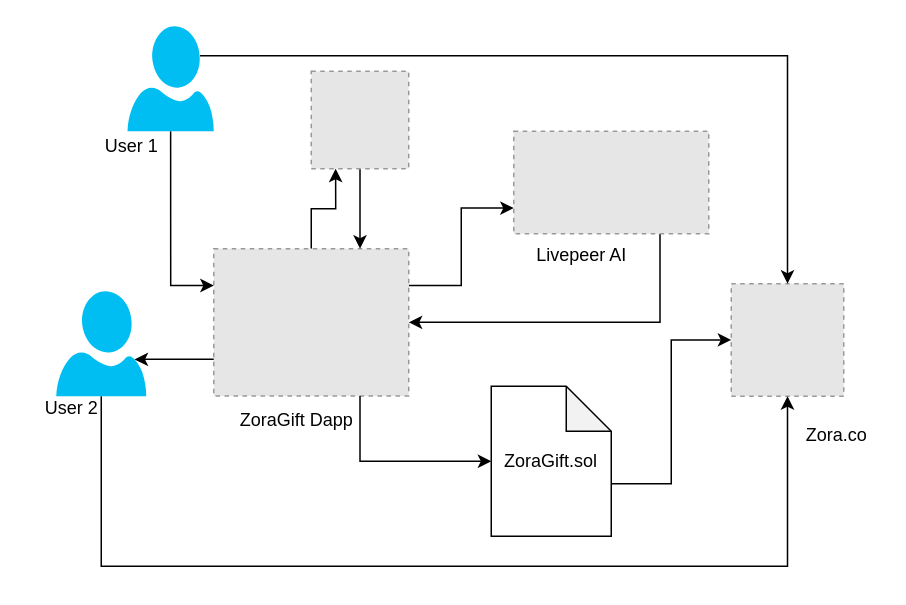
Before: ZoraGiftFlow.drawio in mujahid002/ZoraGift, a draw.io diagram. Source tidied: cells renumbered, new cells numbered last; positions are measured from the earlier drawing's top-left corner, leaving out a move shared by most shapes. Both pictures are drawn from the tidied source at 150%, with x=0, y=0 at pixel (26, 26). Pictures stored in the file or linked from it are replaced by grey dashed boxes.
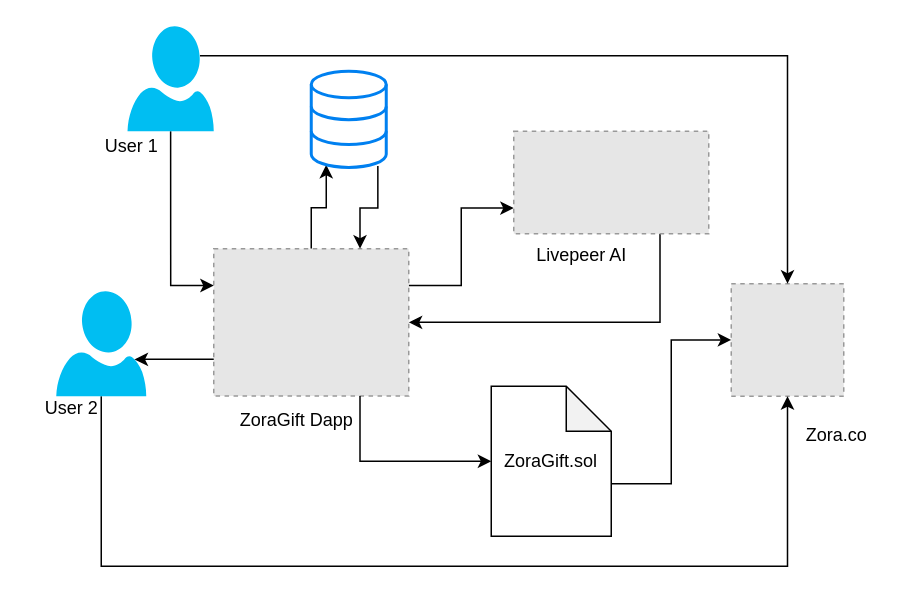
The same diagram, later.

Unchanged cells that the change refers to:
```xml
<mxCell id="4" style="fillColor=#E6E6E6;strokeColor=#999999;dashed=1;verticalLabelPosition=bottom;labelBackgroundColor=default;verticalAlign=top;" parent="1" vertex="1">
  <mxGeometry x="125" y="148.3" width="130" height="98.2" as="geometry" />
</mxCell>
```

Change to the diagram source:
```diff
@@
-    <mxCell id="3" style="edgeStyle=orthogonalEdgeStyle;rounded=0;jettySize=auto;html=1;exitX=0.5;exitY=0;exitDx=0;exitDy=0;entryX=0.25;entryY=1;entryDx=0;entryDy=0;" parent="1" edge="1" source="4" target="20">
-      <mxGeometry relative="1" as="geometry" />
+    <mxCell id="3" style="edgeStyle=orthogonalEdgeStyle;rounded=0;jettySize=auto;html=1;exitX=0.5;exitY=0;exitDx=0;exitDy=0;entryX=0.2;entryY=0.973;entryDx=0;entryDy=0;entryPerimeter=0;" parent="1" edge="1" source="4" target="24">
+      <mxGeometry relative="1" as="geometry">
+        <Array as="points">
+          <mxPoint x="190" y="121" />
+          <mxPoint x="200" y="121" />
+        </Array>
+      </mxGeometry>
     </mxCell>
@@
-    <mxCell id="19" style="edgeStyle=orthogonalEdgeStyle;rounded=0;jettySize=auto;html=1;exitX=0.5;exitY=1;exitDx=0;exitDy=0;entryX=0.75;entryY=0;entryDx=0;entryDy=0;" parent="1" edge="1" source="20" target="4">
+    <mxCell id="19" style="edgeStyle=orthogonalEdgeStyle;rounded=0;jettySize=auto;html=1;exitX=0.888;exitY=0.986;exitDx=0;exitDy=0;entryX=0.75;entryY=0;entryDx=0;entryDy=0;exitPerimeter=0;" parent="1" edge="1" source="24" target="4">
       <mxGeometry relative="1" as="geometry" />
     </mxCell>
-    <mxCell id="20" style="fillColor=#E6E6E6;strokeColor=#999999;dashed=1;verticalLabelPosition=bottom;labelBackgroundColor=default;verticalAlign=top;" parent="1" vertex="1">
-      <mxGeometry x="190" y="30" width="65" height="65" as="geometry" />
-    </mxCell>
@@
+    <mxCell id="24" style="html=1;verticalLabelPosition=bottom;align=center;labelBackgroundColor=#ffffff;verticalAlign=top;strokeWidth=2;strokeColor=#0080F0;shadow=0;dashed=0;shape=mxgraph.ios7.icons.data;" parent="1" vertex="1">
+      <mxGeometry x="190" y="30" width="50" height="64.1" as="geometry" />
+    </mxCell>
```
